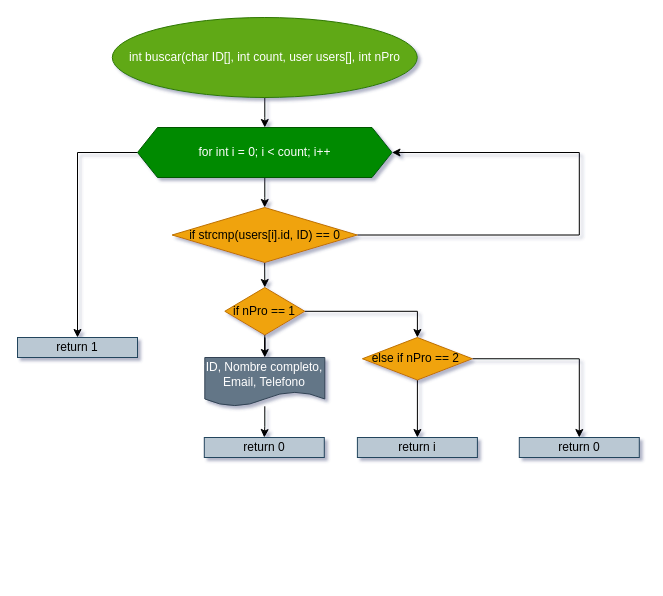
This is page "buscar" (2 of 6) of prograEstructurada/agendaElectronica/agendaElecronica.drawio from MrChilaquiles/Exercises, a draw.io file, before an edit. Source tidied: cells renumbered, new cells numbered last; positions are measured from the earlier drawing's top-left corner, leaving out a move shared by most shapes. Both pictures are drawn from the tidied source at 100%, with x=0, y=0 at pixel (17, 17).
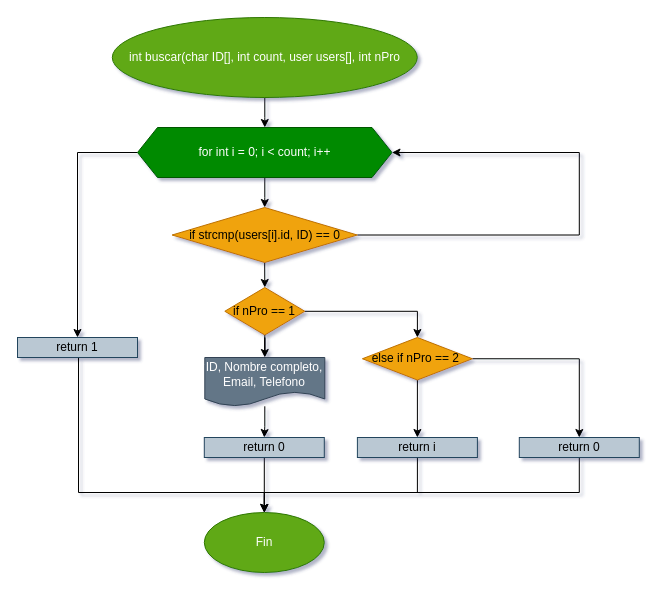
Above is the later version.

Unchanged cells that the change refers to:
```xml
<mxCell id="18" value="return 0" style="whiteSpace=wrap;html=1;fillColor=#bac8d3;strokeColor=#23445d;" parent="1" vertex="1">
  <mxGeometry x="186.8" y="420" width="120" height="20" as="geometry" />
</mxCell>
<mxCell id="19" value="return i" style="whiteSpace=wrap;html=1;fillColor=#bac8d3;strokeColor=#23445d;" parent="1" vertex="1">
  <mxGeometry x="339.9" y="420" width="120" height="20" as="geometry" />
</mxCell>
<mxCell id="20" value="return 0" style="whiteSpace=wrap;html=1;fillColor=#bac8d3;strokeColor=#23445d;" parent="1" vertex="1">
  <mxGeometry x="501.8" y="420" width="120" height="20" as="geometry" />
</mxCell>
<mxCell id="21" value="return 1" style="whiteSpace=wrap;html=1;fillColor=#bac8d3;strokeColor=#23445d;" parent="1" vertex="1">
  <mxGeometry y="320" width="120" height="20" as="geometry" />
</mxCell>
```

Change to the diagram source:
```diff
@@
+    <mxCell id="22" style="edgeStyle=orthogonalEdgeStyle;rounded=0;jettySize=auto;html=1;entryX=0.5;entryY=0;entryDx=0;entryDy=0;" parent="1" edge="1" source="18" target="26">
+      <mxGeometry relative="1" as="geometry" />
+    </mxCell>
@@
+    <mxCell id="23" style="edgeStyle=orthogonalEdgeStyle;rounded=0;jettySize=auto;html=1;entryX=0.5;entryY=0;entryDx=0;entryDy=0;" parent="1" edge="1" source="19" target="26">
+      <mxGeometry relative="1" as="geometry">
+        <Array as="points">
+          <mxPoint x="400" y="475" />
+          <mxPoint x="247" y="475" />
+        </Array>
+      </mxGeometry>
+    </mxCell>
@@
+    <mxCell id="24" style="edgeStyle=orthogonalEdgeStyle;rounded=0;jettySize=auto;html=1;" parent="1" edge="1" source="20" target="26">
+      <mxGeometry relative="1" as="geometry">
+        <Array as="points">
+          <mxPoint x="562" y="475" />
+          <mxPoint x="247" y="475" />
+        </Array>
+      </mxGeometry>
+    </mxCell>
@@
+    <mxCell id="25" style="edgeStyle=orthogonalEdgeStyle;rounded=0;jettySize=auto;html=1;entryX=0.5;entryY=0;entryDx=0;entryDy=0;" parent="1" edge="1" source="21" target="26">
+      <mxGeometry relative="1" as="geometry">
+        <Array as="points">
+          <mxPoint x="61" y="475" />
+        </Array>
+      </mxGeometry>
+    </mxCell>
@@
+    <mxCell id="26" value="Fin" style="ellipse;whiteSpace=wrap;html=1;fillColor=#60a917;fontColor=#ffffff;strokeColor=#2D7600;" parent="1" vertex="1">
+      <mxGeometry x="186.8" y="495" width="120" height="60" as="geometry" />
+    </mxCell>
```
